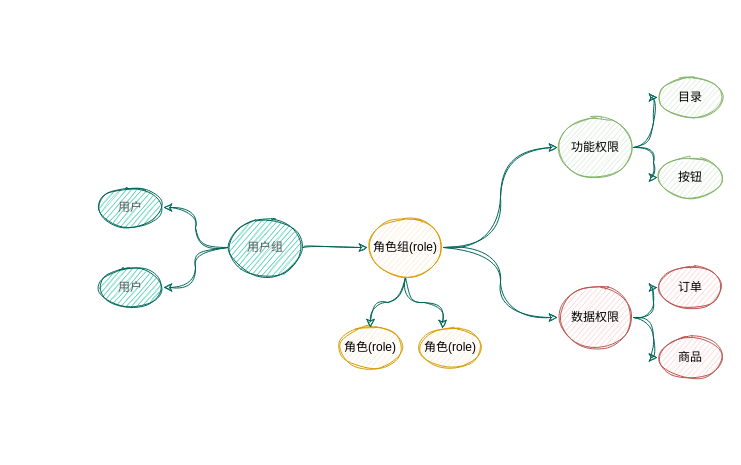
This is permission/RBAC权限模型.drawio from jiswordsman/diagram, a draw.io file, before an edit. Source tidied: cells renumbered, new cells numbered last; positions are measured from the earlier drawing's top-left corner, leaving out a move shared by most shapes. Both pictures are drawn from the tidied source at 100%, with x=0, y=0 at pixel (97, 77).
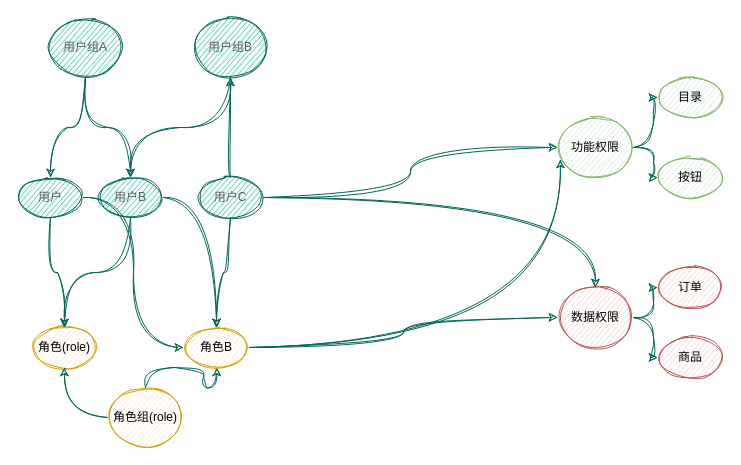
After the change.

Commit message (it also covers changes not shown here):
更新RBAC权限模型.drawio

Unchanged cells that the change refers to:
```xml
<mxCell id="17" value="功能权限" style="ellipse;whiteSpace=wrap;html=1;sketch=1;rounded=1;fillColor=#d5e8d4;strokeColor=#82b366;" parent="1" vertex="1">
  <mxGeometry x="460" y="40" width="76" height="60" as="geometry" />
</mxCell>
<mxCell id="22" value="数据权限" style="ellipse;whiteSpace=wrap;html=1;sketch=1;rounded=1;fillColor=#f8cecc;strokeColor=#b85450;" parent="1" vertex="1">
  <mxGeometry x="460" y="210" width="76" height="60" as="geometry" />
</mxCell>
```

Change to the diagram source:
```diff
@@
     <mxCell id="2" value="角色(role)" style="ellipse;whiteSpace=wrap;html=1;sketch=1;rounded=1;fillColor=#ffe6cc;strokeColor=#d79b00;" parent="1" vertex="1">
-      <mxGeometry x="240" y="250" width="66" height="40" as="geometry" />
+      <mxGeometry x="-66" y="250" width="66" height="40" as="geometry" />
     </mxCell>
-    <mxCell id="3" style="edgeStyle=orthogonalEdgeStyle;curved=1;rounded=0;sketch=1;hachureGap=4;jiggle=2;jettySize=auto;html=1;entryX=0;entryY=0.5;entryDx=0;entryDy=0;strokeColor=#006658;fontFamily=Helvetica;fontSize=12;fontColor=#5C5C5C;fillColor=#21C0A5;" parent="1" edge="1" source="7" target="17">
-      <mxGeometry relative="1" as="geometry" />
-    </mxCell>
-    <mxCell id="4" style="edgeStyle=orthogonalEdgeStyle;curved=1;rounded=0;sketch=1;hachureGap=4;jiggle=2;jettySize=auto;html=1;entryX=0;entryY=0.5;entryDx=0;entryDy=0;strokeColor=#006658;fontFamily=Helvetica;fontSize=12;fontColor=#5C5C5C;fillColor=#21C0A5;" parent="1" edge="1" source="7" target="22">
-      <mxGeometry relative="1" as="geometry" />
-    </mxCell>
-    <mxCell id="5" style="edgeStyle=orthogonalEdgeStyle;curved=1;rounded=0;sketch=1;hachureGap=4;jiggle=2;jettySize=auto;html=1;entryX=0.5;entryY=0;entryDx=0;entryDy=0;strokeColor=#006658;fontFamily=Helvetica;fontSize=12;fontColor=#5C5C5C;fillColor=#21C0A5;" parent="1" edge="1" source="7" target="2">
+    <mxCell id="5" style="edgeStyle=orthogonalEdgeStyle;curved=1;rounded=0;sketch=1;hachureGap=4;jiggle=2;jettySize=auto;html=1;strokeColor=#006658;fontFamily=Helvetica;fontSize=12;fontColor=#5C5C5C;fillColor=#21C0A5;" parent="1" edge="1" source="7" target="2">
       <mxGeometry relative="1" as="geometry" />
     </mxCell>
-    <mxCell id="6" style="edgeStyle=orthogonalEdgeStyle;curved=1;rounded=0;sketch=1;hachureGap=4;jiggle=2;jettySize=auto;html=1;entryX=0.379;entryY=0.025;entryDx=0;entryDy=0;entryPerimeter=0;strokeColor=#006658;fontFamily=Helvetica;fontSize=12;fontColor=#5C5C5C;fillColor=#21C0A5;" parent="1" edge="1" source="7" target="8">
+    <mxCell id="6" style="edgeStyle=orthogonalEdgeStyle;curved=1;rounded=0;sketch=1;hachureGap=4;jiggle=2;jettySize=auto;html=1;entryX=0.5;entryY=1;entryDx=0;entryDy=0;strokeColor=#006658;fontFamily=Helvetica;fontSize=12;fontColor=#5C5C5C;fillColor=#21C0A5;" parent="1" edge="1" source="7" target="8">
       <mxGeometry relative="1" as="geometry" />
     </mxCell>
     <mxCell id="7" value="角色组(role)" style="ellipse;whiteSpace=wrap;html=1;sketch=1;rounded=1;fillColor=#ffe6cc;strokeColor=#d79b00;" parent="1" vertex="1">
-      <mxGeometry x="270" y="140" width="76" height="60" as="geometry" />
+      <mxGeometry x="10" y="310" width="76" height="60" as="geometry" />
     </mxCell>
+    <mxCell id="25" style="edgeStyle=orthogonalEdgeStyle;curved=1;rounded=0;sketch=1;hachureGap=4;jiggle=2;jettySize=auto;html=1;entryX=0.039;entryY=0.7;entryDx=0;entryDy=0;entryPerimeter=0;strokeColor=#006658;fontFamily=Helvetica;fontSize=12;fontColor=#5C5C5C;fillColor=#21C0A5;" parent="1" edge="1" source="8" target="17">
+      <mxGeometry relative="1" as="geometry" />
+    </mxCell>
+    <mxCell id="26" style="edgeStyle=orthogonalEdgeStyle;curved=1;rounded=0;sketch=1;hachureGap=4;jiggle=2;jettySize=auto;html=1;strokeColor=#006658;fontFamily=Helvetica;fontSize=12;fontColor=#5C5C5C;fillColor=#21C0A5;" parent="1" edge="1" source="8" target="22">
+      <mxGeometry relative="1" as="geometry" />
+    </mxCell>
-    <mxCell id="8" value="角色(role)" style="ellipse;whiteSpace=wrap;html=1;sketch=1;rounded=1;fillColor=#ffe6cc;strokeColor=#d79b00;" parent="1" vertex="1">
-      <mxGeometry x="320" y="250" width="66" height="40" as="geometry" />
+    <mxCell id="8" value="角色B" style="ellipse;whiteSpace=wrap;html=1;sketch=1;rounded=1;fillColor=#ffe6cc;strokeColor=#d79b00;" parent="1" vertex="1">
+      <mxGeometry x="86" y="250" width="66" height="40" as="geometry" />
     </mxCell>
@@
-    <mxCell id="10" style="edgeStyle=orthogonalEdgeStyle;rounded=0;sketch=1;hachureGap=4;jiggle=2;jettySize=auto;html=1;entryX=1;entryY=0.5;entryDx=0;entryDy=0;strokeColor=#006658;fontFamily=Architects Daughter;fontSize=16;fontColor=#5C5C5C;fillColor=#21C0A5;curved=1;" parent="1" edge="1" source="12" target="14">
+    <mxCell id="10" style="edgeStyle=orthogonalEdgeStyle;curved=1;rounded=0;sketch=1;hachureGap=4;jiggle=2;jettySize=auto;html=1;entryX=0.5;entryY=0;entryDx=0;entryDy=0;strokeColor=#006658;fontFamily=Helvetica;fontSize=12;fontColor=#5C5C5C;fillColor=#21C0A5;" parent="1" edge="1" source="12" target="14">
       <mxGeometry relative="1" as="geometry" />
     </mxCell>
-    <mxCell id="11" style="edgeStyle=orthogonalEdgeStyle;curved=1;rounded=0;sketch=1;hachureGap=4;jiggle=2;jettySize=auto;html=1;strokeColor=#006658;fontFamily=Helvetica;fontSize=12;fontColor=#5C5C5C;fillColor=#21C0A5;" parent="1" edge="1" source="12" target="7">
-      <mxGeometry relative="1" as="geometry" />
-    </mxCell>
-    <mxCell id="12" value="用户组" style="ellipse;whiteSpace=wrap;html=1;sketch=1;rounded=1;fillColor=#21C0A5;strokeColor=#006658;fontColor=#5C5C5C;" parent="1" vertex="1">
-      <mxGeometry x="130" y="140" width="76" height="60" as="geometry" />
+    <mxCell id="12" value="用户组A" style="ellipse;whiteSpace=wrap;html=1;sketch=1;rounded=1;fillColor=#21C0A5;strokeColor=#006658;fontColor=#5C5C5C;" parent="1" vertex="1">
+      <mxGeometry x="-50" y="-60" width="76" height="60" as="geometry" />
     </mxCell>
+    <mxCell id="27" style="edgeStyle=orthogonalEdgeStyle;curved=1;rounded=0;sketch=1;hachureGap=4;jiggle=2;jettySize=auto;html=1;strokeColor=#006658;fontFamily=Helvetica;fontSize=12;fontColor=#5C5C5C;fillColor=#21C0A5;" parent="1" edge="1" source="13" target="2">
+      <mxGeometry relative="1" as="geometry" />
+    </mxCell>
+    <mxCell id="28" style="edgeStyle=orthogonalEdgeStyle;curved=1;rounded=0;sketch=1;hachureGap=4;jiggle=2;jettySize=auto;html=1;entryX=0;entryY=0.5;entryDx=0;entryDy=0;strokeColor=#006658;fontFamily=Helvetica;fontSize=12;fontColor=#5C5C5C;fillColor=#21C0A5;" parent="1" edge="1" source="13" target="8">
+      <mxGeometry relative="1" as="geometry" />
+    </mxCell>
     <mxCell id="13" value="用户" style="ellipse;whiteSpace=wrap;html=1;sketch=1;rounded=1;fillColor=#21C0A5;strokeColor=#006658;fontColor=#5C5C5C;" parent="1" vertex="1">
-      <mxGeometry y="110" width="66" height="40" as="geometry" />
+      <mxGeometry x="-80" y="100" width="66" height="40" as="geometry" />
     </mxCell>
+    <mxCell id="29" style="edgeStyle=orthogonalEdgeStyle;curved=1;rounded=0;sketch=1;hachureGap=4;jiggle=2;jettySize=auto;html=1;strokeColor=#006658;fontFamily=Helvetica;fontSize=12;fontColor=#5C5C5C;fillColor=#21C0A5;" parent="1" edge="1" source="14" target="2">
+      <mxGeometry relative="1" as="geometry" />
+    </mxCell>
+    <mxCell id="30" style="edgeStyle=orthogonalEdgeStyle;curved=1;rounded=0;sketch=1;hachureGap=4;jiggle=2;jettySize=auto;html=1;strokeColor=#006658;fontFamily=Helvetica;fontSize=12;fontColor=#5C5C5C;fillColor=#21C0A5;" parent="1" edge="1" source="14" target="8">
+      <mxGeometry relative="1" as="geometry" />
+    </mxCell>
-    <mxCell id="14" value="用户" style="ellipse;whiteSpace=wrap;html=1;sketch=1;rounded=1;fillColor=#21C0A5;strokeColor=#006658;fontColor=#5C5C5C;" parent="1" vertex="1">
-      <mxGeometry y="190" width="66" height="40" as="geometry" />
+    <mxCell id="14" value="用户B" style="ellipse;whiteSpace=wrap;html=1;sketch=1;rounded=1;fillColor=#21C0A5;strokeColor=#006658;fontColor=#5C5C5C;" parent="1" vertex="1">
+      <mxGeometry y="100" width="66" height="40" as="geometry" />
     </mxCell>
@@
+    <mxCell id="31" style="edgeStyle=orthogonalEdgeStyle;curved=1;rounded=0;sketch=1;hachureGap=4;jiggle=2;jettySize=auto;html=1;strokeColor=#006658;fontFamily=Helvetica;fontSize=12;fontColor=#5C5C5C;fillColor=#21C0A5;exitX=0.5;exitY=1;exitDx=0;exitDy=0;" parent="1" edge="1" source="32" target="14">
+      <mxGeometry relative="1" as="geometry" />
+    </mxCell>
+    <mxCell id="32" value="用户组B" style="ellipse;whiteSpace=wrap;html=1;sketch=1;rounded=1;fillColor=#21C0A5;strokeColor=#006658;fontColor=#5C5C5C;" parent="1" vertex="1">
+      <mxGeometry x="95" y="-60" width="76" height="60" as="geometry" />
+    </mxCell>
+    <mxCell id="33" style="edgeStyle=orthogonalEdgeStyle;curved=1;rounded=0;sketch=1;hachureGap=4;jiggle=2;jettySize=auto;html=1;strokeColor=#006658;fontFamily=Helvetica;fontSize=12;fontColor=#5C5C5C;fillColor=#21C0A5;" parent="1" edge="1" source="37" target="32">
+      <mxGeometry relative="1" as="geometry" />
+    </mxCell>
+    <mxCell id="34" style="edgeStyle=orthogonalEdgeStyle;curved=1;rounded=0;sketch=1;hachureGap=4;jiggle=2;jettySize=auto;html=1;strokeColor=#006658;fontFamily=Helvetica;fontSize=12;fontColor=#5C5C5C;fillColor=#21C0A5;" parent="1" edge="1" source="37" target="8">
+      <mxGeometry relative="1" as="geometry" />
+    </mxCell>
+    <mxCell id="35" style="edgeStyle=orthogonalEdgeStyle;curved=1;rounded=0;sketch=1;hachureGap=4;jiggle=2;jettySize=auto;html=1;strokeColor=#006658;fontFamily=Helvetica;fontSize=12;fontColor=#5C5C5C;fillColor=#21C0A5;" parent="1" edge="1" source="37" target="17">
+      <mxGeometry relative="1" as="geometry" />
+    </mxCell>
+    <mxCell id="36" style="edgeStyle=orthogonalEdgeStyle;curved=1;rounded=0;sketch=1;hachureGap=4;jiggle=2;jettySize=auto;html=1;strokeColor=#006658;fontFamily=Helvetica;fontSize=12;fontColor=#5C5C5C;fillColor=#21C0A5;" parent="1" edge="1" source="37" target="22">
+      <mxGeometry relative="1" as="geometry" />
+    </mxCell>
+    <mxCell id="37" value="用户C" style="ellipse;whiteSpace=wrap;html=1;sketch=1;rounded=1;fillColor=#21C0A5;strokeColor=#006658;fontColor=#5C5C5C;" parent="1" vertex="1">
+      <mxGeometry x="100" y="100" width="66" height="40" as="geometry" />
+    </mxCell>
```
